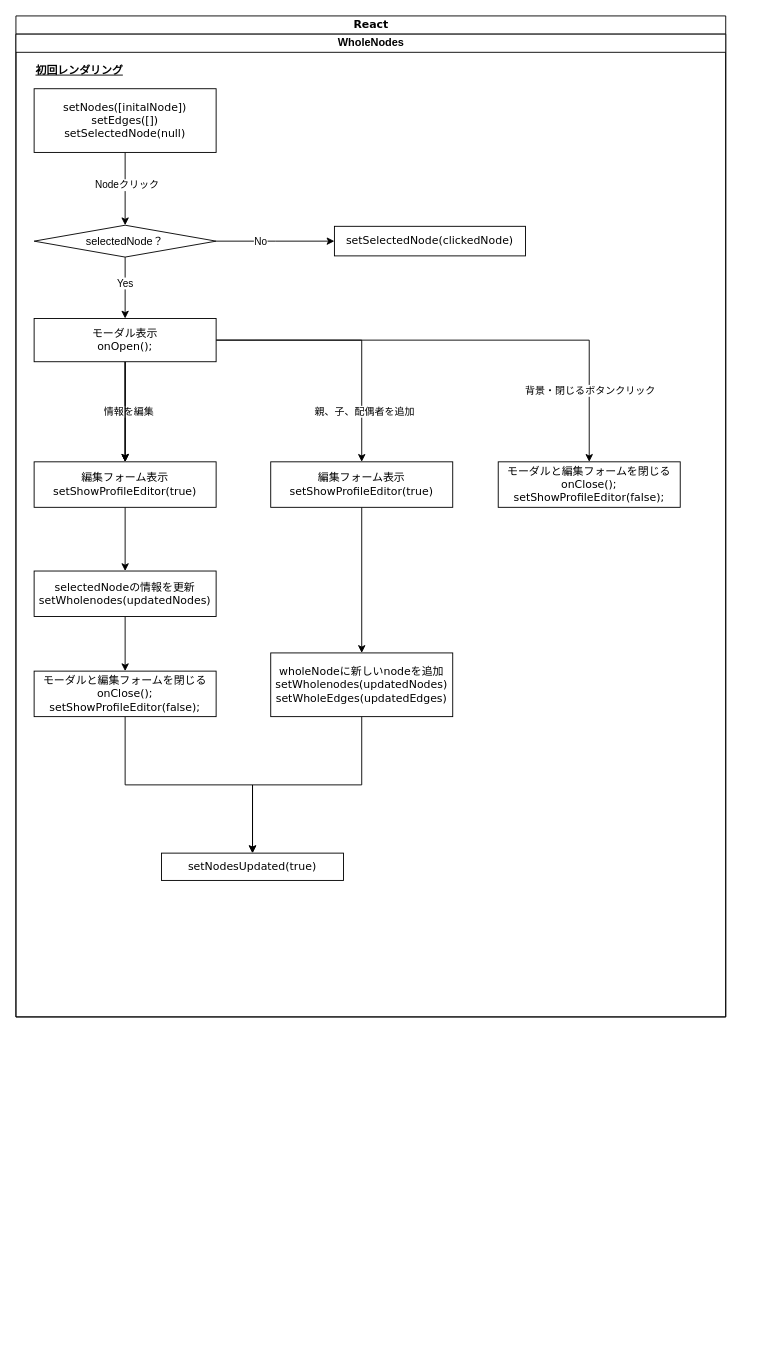
kiuyadeki/webpack_practice keeps this draw.io diagram as react_アクティビティ図.drawio. Above is the earlier version. Source tidied: cells renumbered, new cells numbered last; positions are measured from the earlier drawing's top-left corner, leaving out a move shared by most shapes. Both pictures are drawn from the tidied source at 91%, with x=0, y=0 at pixel (15, 15).
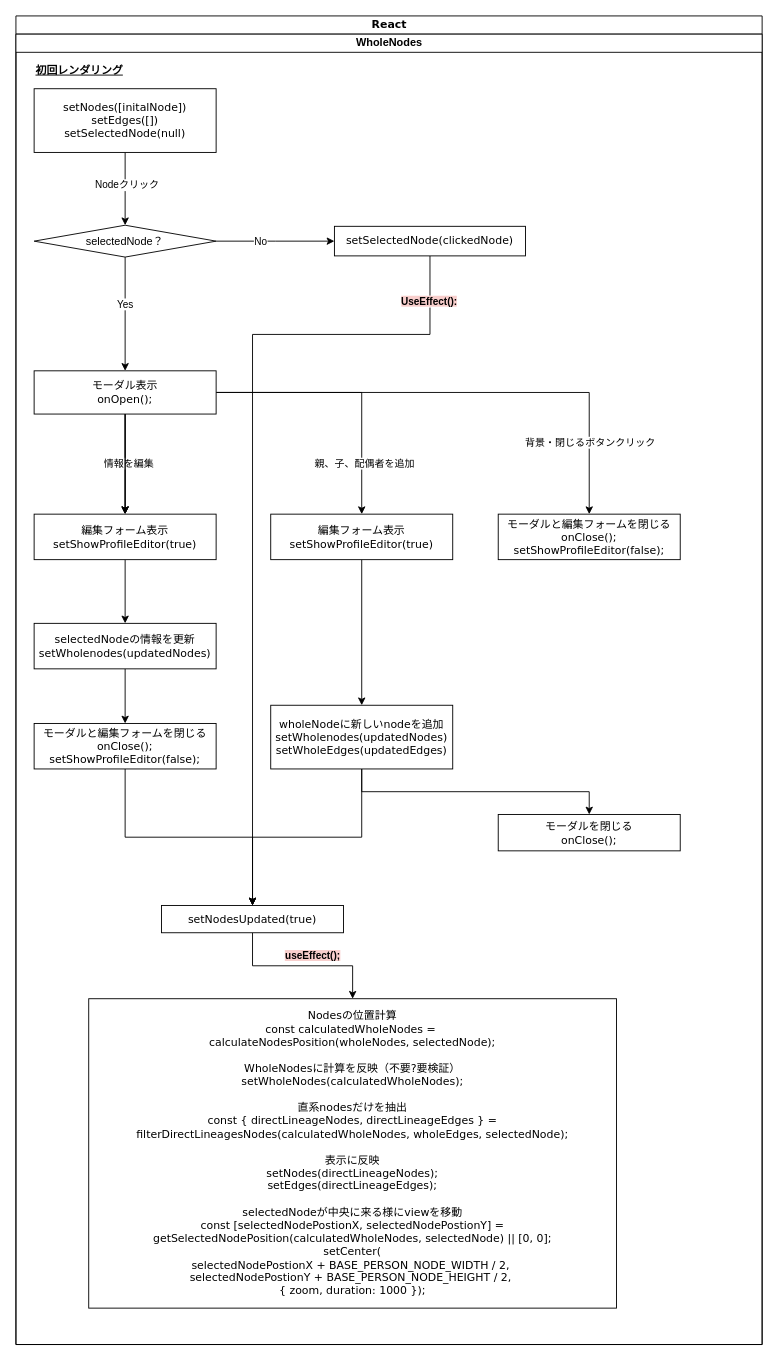
Above is the later version.

Commit message (it also covers changes not shown here):
react_アクティビティ図.drawio を更新します

The change refers to these unchanged cells:
```xml
<mxCell id="13" value="setSelectedNode(clickedNode)" style="whiteSpace=wrap;html=1;fontFamily=Verdana;rounded=0;shadow=0;comic=0;labelBackgroundColor=none;strokeWidth=1;arcSize=50;" parent="3" vertex="1">
  <mxGeometry x="350" y="211.2" width="210" height="32.5" as="geometry" />
</mxCell>
```

The edit, as a diff of the source:
```diff
@@
     <mxCell id="2" value="React" style="swimlane;html=1;startSize=20;rounded=0;shadow=0;comic=0;labelBackgroundColor=none;strokeWidth=1;fontFamily=Verdana;fontSize=12;align=center;" parent="1" vertex="1">
-      <mxGeometry width="780" height="1100" as="geometry" />
+      <mxGeometry width="820" height="1460" as="geometry" />
     </mxCell>
     <mxCell id="3" value="WholeNodes" style="swimlane;html=1;startSize=20;" parent="2" vertex="1">
-      <mxGeometry y="20" width="780" height="1080" as="geometry" />
+      <mxGeometry y="20" width="820" height="1440" as="geometry" />
     </mxCell>
@@
+    <mxCell id="35" style="edgeStyle=orthogonalEdgeStyle;rounded=0;jettySize=auto;html=1;exitX=0.5;exitY=1;exitDx=0;exitDy=0;entryX=0.5;entryY=0;entryDx=0;entryDy=0;" parent="3" edge="1" source="13" target="32">
+      <mxGeometry relative="1" as="geometry">
+        <Array as="points">
+          <mxPoint x="455" y="330" />
+          <mxPoint x="260" y="330" />
+        </Array>
+      </mxGeometry>
+    </mxCell>
+    <mxCell id="36" value="&lt;b style=&quot;background-color: rgb(248, 206, 204);&quot;&gt;UseEffect():&lt;/b&gt;" style="edgeLabel;html=1;align=center;verticalAlign=middle;" parent="35" vertex="1">
+      <mxGeometry x="-0.89" y="-2" relative="1" as="geometry" />
+    </mxCell>
@@
     <mxCell id="22" value="&lt;div&gt;モーダル表示&lt;/div&gt;onOpen();" style="whiteSpace=wrap;html=1;fontFamily=Verdana;rounded=0;shadow=0;comic=0;labelBackgroundColor=none;strokeWidth=1;arcSize=50;" parent="3" vertex="1">
-      <mxGeometry x="20" y="312.5" width="200" height="47.5" as="geometry" />
+      <mxGeometry x="20" y="370" width="200" height="47.5" as="geometry" />
     </mxCell>
@@
     <mxCell id="24" value="&lt;div&gt;編集フォーム表示&lt;/div&gt;setShowProfileEditor(true)" style="whiteSpace=wrap;html=1;fontFamily=Verdana;rounded=0;shadow=0;comic=0;labelBackgroundColor=none;strokeWidth=1;arcSize=50;" parent="3" vertex="1">
-      <mxGeometry x="20" y="470" width="200" height="50" as="geometry" />
+      <mxGeometry x="20" y="527.5" width="200" height="50" as="geometry" />
     </mxCell>
@@
     <mxCell id="26" value="&lt;div&gt;編集フォーム表示&lt;/div&gt;setShowProfileEditor(true)" style="whiteSpace=wrap;html=1;fontFamily=Verdana;rounded=0;shadow=0;comic=0;labelBackgroundColor=none;strokeWidth=1;arcSize=50;" parent="3" vertex="1">
-      <mxGeometry x="280" y="470" width="200" height="50" as="geometry" />
+      <mxGeometry x="280" y="527.5" width="200" height="50" as="geometry" />
     </mxCell>
     <mxCell id="27" value="&lt;div&gt;モーダルと編集フォームを閉じる&lt;/div&gt;onClose();&lt;div&gt;&lt;/div&gt;&lt;div&gt;setShowProfileEditor(false);&lt;br&gt;&lt;/div&gt;" style="whiteSpace=wrap;html=1;fontFamily=Verdana;rounded=0;shadow=0;comic=0;labelBackgroundColor=none;strokeWidth=1;arcSize=50;" parent="3" vertex="1">
-      <mxGeometry x="530" y="470" width="200" height="50" as="geometry" />
+      <mxGeometry x="530" y="527.5" width="200" height="50" as="geometry" />
     </mxCell>
@@
     <mxCell id="29" value="&lt;div&gt;selectedNodeの情報を更新&lt;/div&gt;setWholenodes(updatedNodes)" style="whiteSpace=wrap;html=1;fontFamily=Verdana;rounded=0;shadow=0;comic=0;labelBackgroundColor=none;strokeWidth=1;arcSize=50;" parent="3" vertex="1">
-      <mxGeometry x="20" y="590" width="200" height="50" as="geometry" />
+      <mxGeometry x="20" y="647.5" width="200" height="50" as="geometry" />
     </mxCell>
@@
     <mxCell id="31" value="&lt;div&gt;モーダルと編集フォームを閉じる&lt;/div&gt;onClose();&lt;div&gt;&lt;/div&gt;&lt;div&gt;setShowProfileEditor(false);&lt;br&gt;&lt;/div&gt;" style="whiteSpace=wrap;html=1;fontFamily=Verdana;rounded=0;shadow=0;comic=0;labelBackgroundColor=none;strokeWidth=1;arcSize=50;" parent="3" vertex="1">
-      <mxGeometry x="20" y="700" width="200" height="50" as="geometry" />
+      <mxGeometry x="20" y="757.5" width="200" height="50" as="geometry" />
     </mxCell>
+    <mxCell id="37" style="edgeStyle=orthogonalEdgeStyle;rounded=0;jettySize=auto;html=1;exitX=0.5;exitY=1;exitDx=0;exitDy=0;entryX=0.5;entryY=0;entryDx=0;entryDy=0;" parent="3" edge="1" source="32" target="41">
+      <mxGeometry relative="1" as="geometry" />
+    </mxCell>
+    <mxCell id="38" value="&lt;b style=&quot;background-color: rgb(248, 206, 204);&quot;&gt;useEffect();&lt;/b&gt;" style="edgeLabel;html=1;align=center;verticalAlign=middle;" parent="37" vertex="1">
+      <mxGeometry x="0.14" y="2" relative="1" as="geometry">
+        <mxPoint x="-2" y="-9" as="offset" />
+      </mxGeometry>
+    </mxCell>
     <mxCell id="32" value="setNodesUpdated(true)" style="whiteSpace=wrap;html=1;fontFamily=Verdana;rounded=0;shadow=0;comic=0;labelBackgroundColor=none;strokeWidth=1;arcSize=50;" parent="3" vertex="1">
-      <mxGeometry x="160" y="900" width="200" height="30" as="geometry" />
+      <mxGeometry x="160" y="957.5" width="200" height="30" as="geometry" />
     </mxCell>
@@
+    <mxCell id="39" style="edgeStyle=orthogonalEdgeStyle;rounded=0;jettySize=auto;html=1;exitX=0.5;exitY=1;exitDx=0;exitDy=0;" parent="3" edge="1" source="34" target="40">
+      <mxGeometry relative="1" as="geometry" />
+    </mxCell>
     <mxCell id="34" value="&lt;div&gt;wholeNodeに新しいnodeを追加&lt;/div&gt;setWholenodes(updatedNodes)&lt;div&gt;setWholeEdges(updatedEdges)&lt;/div&gt;" style="whiteSpace=wrap;html=1;fontFamily=Verdana;rounded=0;shadow=0;comic=0;labelBackgroundColor=none;strokeWidth=1;arcSize=50;" parent="3" vertex="1">
-      <mxGeometry x="280" y="680" width="200" height="70" as="geometry" />
+      <mxGeometry x="280" y="737.5" width="200" height="70" as="geometry" />
     </mxCell>
+    <mxCell id="40" value="&lt;div&gt;モーダルを閉じる&lt;/div&gt;onClose();" style="whiteSpace=wrap;html=1;fontFamily=Verdana;rounded=0;shadow=0;comic=0;labelBackgroundColor=none;strokeWidth=1;arcSize=50;" parent="3" vertex="1">
+      <mxGeometry x="530" y="857.5" width="200" height="40" as="geometry" />
+    </mxCell>
+    <mxCell id="41" value="&lt;div&gt;Nodesの位置計算&lt;/div&gt;&lt;div&gt;const calculatedWholeNodes =&amp;nbsp;&lt;/div&gt;&lt;div&gt;calculateNodesPosition(wholeNodes, selectedNode);&lt;/div&gt;&lt;div&gt;&lt;br&gt;&lt;/div&gt;&lt;div&gt;WholeNodesに計算を反映（不要?要検証）&lt;/div&gt;&lt;div&gt;setWholeNodes(calculatedWholeNodes);&lt;/div&gt;&lt;div&gt;&lt;br&gt;&lt;/div&gt;&lt;div&gt;直系nodesだけを抽出&lt;/div&gt;&lt;div&gt;&lt;div&gt;const { directLineageNodes, directLineageEdges } =&lt;/div&gt;&lt;div&gt;filterDirectLineagesNodes(&lt;span style=&quot;background-color: initial;&quot;&gt;calculatedWholeNodes,&amp;nbsp;&lt;/span&gt;&lt;span style=&quot;background-color: initial;&quot;&gt;wholeEdges,&amp;nbsp;&lt;/span&gt;&lt;span style=&quot;background-color: initial;&quot;&gt;selectedNode&lt;/span&gt;&lt;span style=&quot;background-color: initial;&quot;&gt;);&lt;/span&gt;&lt;/div&gt;&lt;/div&gt;&lt;div&gt;&lt;span style=&quot;background-color: initial;&quot;&gt;&lt;br&gt;&lt;/span&gt;&lt;/div&gt;&lt;div&gt;&lt;span style=&quot;background-color: initial;&quot;&gt;表示に反映&lt;/span&gt;&lt;/div&gt;&lt;div&gt;&lt;div&gt;setNodes(directLineageNodes);&lt;/div&gt;&lt;div&gt;setEdges(directLineageEdges);&lt;/div&gt;&lt;/div&gt;&lt;div&gt;&lt;br&gt;&lt;/div&gt;&lt;div&gt;selectedNodeが中央に来る様にviewを移動&lt;/div&gt;&lt;div&gt;&lt;div&gt;const [selectedNodePostionX, selectedNodePostionY] =&lt;/div&gt;&lt;div&gt;getSelectedNodePosition(calculatedWholeNodes, selectedNode) || [0, 0];&lt;/div&gt;&lt;div&gt;&lt;span style=&quot;background-color: initial;&quot;&gt;setCenter(&lt;/span&gt;&lt;/div&gt;&lt;div&gt;&lt;span style=&quot;background-color: initial;&quot;&gt;selectedNodePostionX + BASE_PERSON_NODE_WIDTH / 2,&amp;nbsp;&lt;/span&gt;&lt;/div&gt;&lt;div&gt;&lt;span style=&quot;background-color: initial;&quot;&gt;selectedNodePostionY + BASE_PERSON_NODE_HEIGHT / 2,&amp;nbsp;&lt;/span&gt;&lt;/div&gt;&lt;div&gt;&lt;span style=&quot;background-color: initial;&quot;&gt;{ zoom, duration: 1000 });&lt;/span&gt;&lt;br&gt;&lt;/div&gt;&lt;/div&gt;" style="whiteSpace=wrap;html=1;fontFamily=Verdana;rounded=0;shadow=0;comic=0;labelBackgroundColor=none;strokeWidth=1;arcSize=50;" parent="3" vertex="1">
+      <mxGeometry x="80" y="1060" width="580" height="340" as="geometry" />
+    </mxCell>
```
